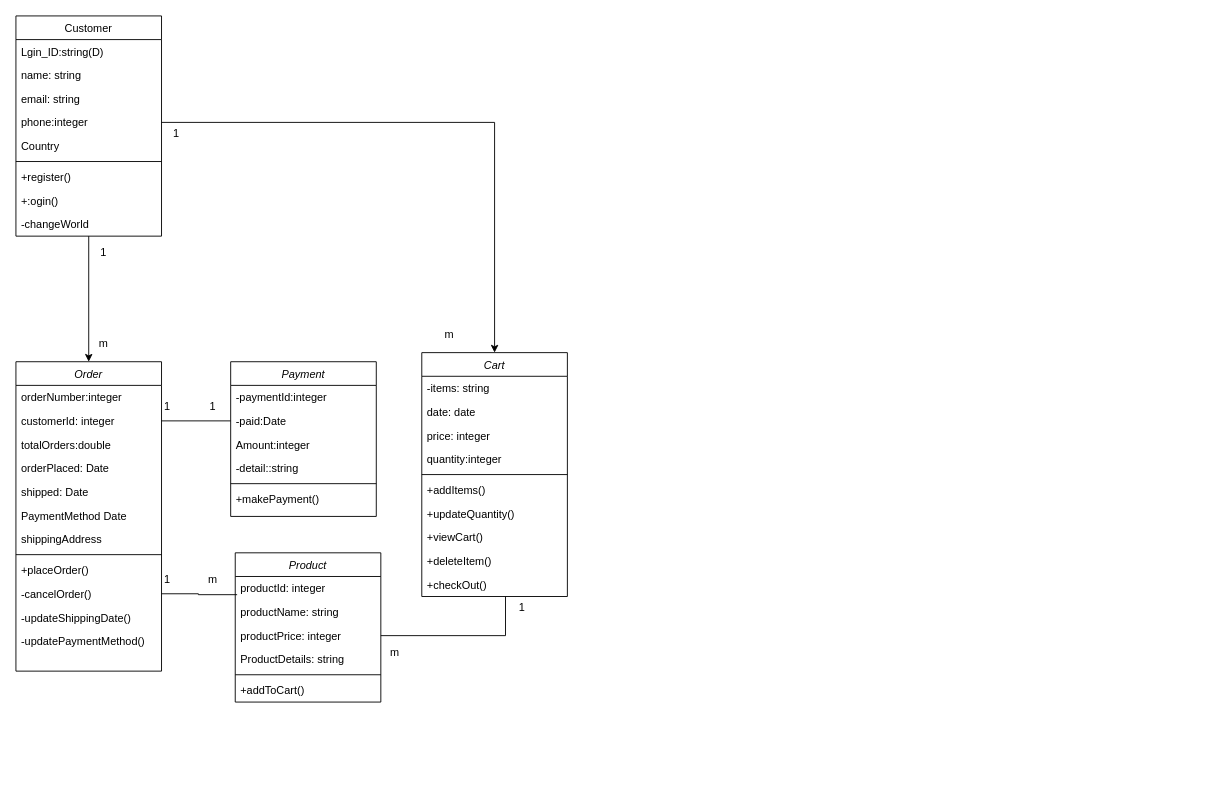
HaseebSheikh417/FYP-Chatbot keeps this draw.io diagram as Class Diagram.drawio. Above is the earlier version. Source tidied: cells renumbered, new cells numbered last; positions are measured from the earlier drawing's top-left corner, leaving out a move shared by most shapes. Both pictures are drawn from the tidied source at 91%, with x=0, y=0 at pixel (15, 15).
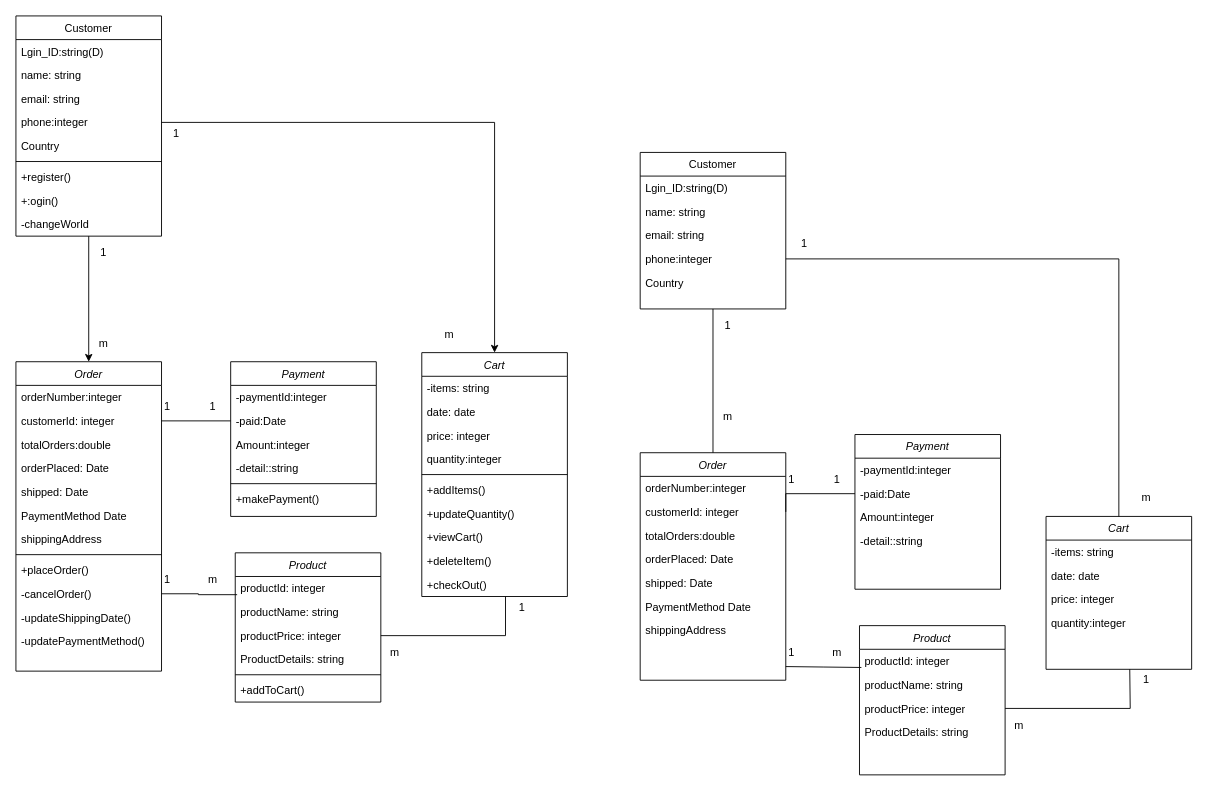
After the change.

Change to the diagram source:
```diff
@@
+    <mxCell id="65" value="Order" style="swimlane;fontStyle=2;align=center;verticalAlign=top;horizontal=1;startSize=26;rounded=0;shadow=0;strokeWidth=1;" parent="1" vertex="1">
+      <mxGeometry x="686" y="480" width="160" height="250" as="geometry" />
+    </mxCell>
+    <mxCell id="66" value="orderNumber:integer" style="text;align=left;verticalAlign=top;spacingLeft=4;spacingRight=4;overflow=hidden;" parent="65" vertex="1">
+      <mxGeometry y="26" width="160" height="26" as="geometry" />
+    </mxCell>
+    <mxCell id="67" value="customerId: integer" style="text;align=left;verticalAlign=top;spacingLeft=4;spacingRight=4;overflow=hidden;points=[[0,0.5],[1,0.5]];portConstraint=eastwest;rounded=0;shadow=0;html=0;" parent="65" vertex="1">
+      <mxGeometry y="52" width="160" height="26" as="geometry" />
+    </mxCell>
+    <mxCell id="68" value="totalOrders:double&#10;" style="text;align=left;verticalAlign=top;spacingLeft=4;spacingRight=4;overflow=hidden;rounded=0;shadow=0;html=0;" parent="65" vertex="1">
+      <mxGeometry y="78" width="160" height="26" as="geometry" />
+    </mxCell>
+    <mxCell id="69" value="orderPlaced: Date" style="text;align=left;verticalAlign=top;spacingLeft=4;spacingRight=4;overflow=hidden;rounded=0;shadow=0;html=0;" parent="65" vertex="1">
+      <mxGeometry y="104" width="160" height="26" as="geometry" />
+    </mxCell>
+    <mxCell id="70" value="shipped: Date" style="text;align=left;verticalAlign=top;spacingLeft=4;spacingRight=4;overflow=hidden;rounded=0;shadow=0;html=0;" parent="65" vertex="1">
+      <mxGeometry y="130" width="160" height="26" as="geometry" />
+    </mxCell>
+    <mxCell id="71" value="PaymentMethod Date" style="text;align=left;verticalAlign=top;spacingLeft=4;spacingRight=4;overflow=hidden;rounded=0;shadow=0;html=0;" parent="65" vertex="1">
+      <mxGeometry y="156" width="160" height="26" as="geometry" />
+    </mxCell>
+    <mxCell id="72" value="shippingAddress" style="text;align=left;verticalAlign=top;spacingLeft=4;spacingRight=4;overflow=hidden;rounded=0;shadow=0;html=0;" parent="65" vertex="1">
+      <mxGeometry y="182" width="160" height="26" as="geometry" />
+    </mxCell>
+    <mxCell id="73" value="Payment" style="swimlane;fontStyle=2;align=center;verticalAlign=top;horizontal=1;startSize=26;rounded=0;shadow=0;strokeWidth=1;" parent="1" vertex="1">
+      <mxGeometry x="922" y="460" width="160" height="170" as="geometry" />
+    </mxCell>
+    <mxCell id="74" value="-paymentId:integer" style="text;align=left;verticalAlign=top;spacingLeft=4;spacingRight=4;overflow=hidden;" parent="73" vertex="1">
+      <mxGeometry y="26" width="160" height="26" as="geometry" />
+    </mxCell>
+    <mxCell id="75" value="-paid:Date" style="text;align=left;verticalAlign=top;spacingLeft=4;spacingRight=4;overflow=hidden;points=[[0,0.5],[1,0.5]];portConstraint=eastwest;rounded=0;shadow=0;html=0;" parent="73" vertex="1">
+      <mxGeometry y="52" width="160" height="26" as="geometry" />
+    </mxCell>
+    <mxCell id="76" value="Amount:integer" style="text;align=left;verticalAlign=top;spacingLeft=4;spacingRight=4;overflow=hidden;rounded=0;shadow=0;html=0;" parent="73" vertex="1">
+      <mxGeometry y="78" width="160" height="26" as="geometry" />
+    </mxCell>
+    <mxCell id="77" value="-detail::string" style="text;align=left;verticalAlign=top;spacingLeft=4;spacingRight=4;overflow=hidden;" parent="73" vertex="1">
+      <mxGeometry y="104" width="160" height="26" as="geometry" />
+    </mxCell>
+    <mxCell id="78" value="Cart" style="swimlane;fontStyle=2;align=center;verticalAlign=top;horizontal=1;startSize=26;rounded=0;shadow=0;strokeWidth=1;" parent="1" vertex="1">
+      <mxGeometry x="1132" y="550" width="160" height="168" as="geometry" />
+    </mxCell>
+    <mxCell id="79" value="-items: string" style="text;align=left;verticalAlign=top;spacingLeft=4;spacingRight=4;overflow=hidden;" parent="78" vertex="1">
+      <mxGeometry y="26" width="160" height="26" as="geometry" />
+    </mxCell>
+    <mxCell id="80" value="date: date" style="text;align=left;verticalAlign=top;spacingLeft=4;spacingRight=4;overflow=hidden;rounded=0;shadow=0;html=0;" parent="78" vertex="1">
+      <mxGeometry y="52" width="160" height="26" as="geometry" />
+    </mxCell>
+    <mxCell id="81" value="price: integer" style="text;align=left;verticalAlign=top;spacingLeft=4;spacingRight=4;overflow=hidden;rounded=0;shadow=0;html=0;" parent="78" vertex="1">
+      <mxGeometry y="78" width="160" height="26" as="geometry" />
+    </mxCell>
+    <mxCell id="82" value="quantity:integer" style="text;align=left;verticalAlign=top;spacingLeft=4;spacingRight=4;overflow=hidden;rounded=0;shadow=0;html=0;" parent="78" vertex="1">
+      <mxGeometry y="104" width="160" height="26" as="geometry" />
+    </mxCell>
+    <mxCell id="83" style="edgeStyle=orthogonalEdgeStyle;rounded=0;jettySize=auto;html=1;endArrow=none;endFill=0;" parent="1" edge="1" source="84" target="65">
+      <mxGeometry relative="1" as="geometry" />
+    </mxCell>
+    <mxCell id="84" value="Customer" style="swimlane;fontStyle=0;align=center;verticalAlign=top;horizontal=1;startSize=26;rounded=0;shadow=0;strokeWidth=1;" parent="1" vertex="1">
+      <mxGeometry x="686" y="150" width="160" height="172" as="geometry" />
+    </mxCell>
+    <mxCell id="85" value="Lgin_ID:string(D)" style="text;align=left;verticalAlign=top;spacingLeft=4;spacingRight=4;overflow=hidden;rounded=0;shadow=0;html=0;" parent="84" vertex="1">
+      <mxGeometry y="26" width="160" height="26" as="geometry" />
+    </mxCell>
+    <mxCell id="86" value="name: string" style="text;align=left;verticalAlign=top;spacingLeft=4;spacingRight=4;overflow=hidden;" parent="84" vertex="1">
+      <mxGeometry y="52" width="160" height="26" as="geometry" />
+    </mxCell>
+    <mxCell id="87" value="email: string" style="text;align=left;verticalAlign=top;spacingLeft=4;spacingRight=4;overflow=hidden;rounded=0;shadow=0;html=0;" parent="84" vertex="1">
+      <mxGeometry y="78" width="160" height="26" as="geometry" />
+    </mxCell>
+    <mxCell id="88" value="phone:integer" style="text;align=left;verticalAlign=top;spacingLeft=4;spacingRight=4;overflow=hidden;points=[[0,0.5],[1,0.5]];portConstraint=eastwest;rounded=0;shadow=0;html=0;" parent="84" vertex="1">
+      <mxGeometry y="104" width="160" height="26" as="geometry" />
+    </mxCell>
+    <mxCell id="89" value="Country" style="text;align=left;verticalAlign=top;spacingLeft=4;spacingRight=4;overflow=hidden;rounded=0;shadow=0;html=0;" parent="84" vertex="1">
+      <mxGeometry y="130" width="160" height="26" as="geometry" />
+    </mxCell>
+    <mxCell id="90" value="1" style="text;html=1;align=center;verticalAlign=middle;strokeColor=none;" parent="1" vertex="1">
+      <mxGeometry x="772" y="330" width="20" height="20" as="geometry" />
+    </mxCell>
+    <mxCell id="91" value="m" style="text;html=1;align=center;verticalAlign=middle;strokeColor=none;" parent="1" vertex="1">
+      <mxGeometry x="767" y="430" width="30" height="20" as="geometry" />
+    </mxCell>
+    <mxCell id="92" style="edgeStyle=orthogonalEdgeStyle;rounded=0;jettySize=auto;html=1;entryX=0.5;entryY=0;entryDx=0;entryDy=0;endArrow=none;endFill=0;" parent="1" edge="1" source="88" target="78">
+      <mxGeometry relative="1" as="geometry" />
+    </mxCell>
+    <mxCell id="93" value="1" style="text;html=1;align=center;verticalAlign=middle;strokeColor=none;" parent="1" vertex="1">
+      <mxGeometry x="856" y="240" width="20" height="20" as="geometry" />
+    </mxCell>
+    <mxCell id="94" value="m" style="text;html=1;align=center;verticalAlign=middle;strokeColor=none;" parent="1" vertex="1">
+      <mxGeometry x="1227" y="520" width="30" height="20" as="geometry" />
+    </mxCell>
+    <mxCell id="95" style="edgeStyle=orthogonalEdgeStyle;rounded=0;jettySize=auto;html=1;exitX=1;exitY=0.5;exitDx=0;exitDy=0;entryX=0;entryY=0.5;entryDx=0;entryDy=0;endArrow=none;endFill=0;" parent="1" edge="1" source="67" target="75">
+      <mxGeometry relative="1" as="geometry">
+        <Array as="points">
+          <mxPoint x="846" y="525" />
+        </Array>
+      </mxGeometry>
+    </mxCell>
+    <mxCell id="96" value="1" style="text;html=1;align=center;verticalAlign=middle;strokeColor=none;" parent="1" vertex="1">
+      <mxGeometry x="842" y="500" width="20" height="20" as="geometry" />
+    </mxCell>
+    <mxCell id="97" value="1&lt;br&gt;" style="text;html=1;align=center;verticalAlign=middle;strokeColor=none;" parent="1" vertex="1">
+      <mxGeometry x="892" y="500" width="20" height="20" as="geometry" />
+    </mxCell>
+    <mxCell id="98" value="Product" style="swimlane;fontStyle=2;align=center;verticalAlign=top;horizontal=1;startSize=26;rounded=0;shadow=0;strokeWidth=1;" parent="1" vertex="1">
+      <mxGeometry x="927" y="670" width="160" height="164" as="geometry" />
+    </mxCell>
+    <mxCell id="99" value="productId: integer" style="text;align=left;verticalAlign=top;spacingLeft=4;spacingRight=4;overflow=hidden;points=[[0,0.5],[1,0.5]];portConstraint=eastwest;" parent="98" vertex="1">
+      <mxGeometry y="26" width="160" height="26" as="geometry" />
+    </mxCell>
+    <mxCell id="100" value="productName: string" style="text;align=left;verticalAlign=top;spacingLeft=4;spacingRight=4;overflow=hidden;rounded=0;shadow=0;html=0;" parent="98" vertex="1">
+      <mxGeometry y="52" width="160" height="26" as="geometry" />
+    </mxCell>
+    <mxCell id="101" value="productPrice: integer" style="text;align=left;verticalAlign=top;spacingLeft=4;spacingRight=4;overflow=hidden;points=[[0,0.5],[1,0.5]];portConstraint=eastwest;rounded=0;shadow=0;html=0;" parent="98" vertex="1">
+      <mxGeometry y="78" width="160" height="26" as="geometry" />
+    </mxCell>
+    <mxCell id="102" value="ProductDetails: string" style="text;align=left;verticalAlign=top;spacingLeft=4;spacingRight=4;overflow=hidden;rounded=0;shadow=0;html=0;" parent="98" vertex="1">
+      <mxGeometry y="104" width="160" height="26" as="geometry" />
+    </mxCell>
+    <mxCell id="103" style="edgeStyle=orthogonalEdgeStyle;rounded=0;jettySize=auto;html=1;exitX=1;exitY=0.5;exitDx=0;exitDy=0;entryX=0.013;entryY=0.769;entryDx=0;entryDy=0;entryPerimeter=0;endArrow=none;endFill=0;" parent="1" edge="1" target="99">
+      <mxGeometry relative="1" as="geometry">
+        <mxPoint x="846" y="715" as="sourcePoint" />
+      </mxGeometry>
+    </mxCell>
+    <mxCell id="104" value="1" style="text;html=1;align=center;verticalAlign=middle;strokeColor=none;" parent="1" vertex="1">
+      <mxGeometry x="842" y="690" width="20" height="20" as="geometry" />
+    </mxCell>
+    <mxCell id="105" value="m" style="text;html=1;align=center;verticalAlign=middle;strokeColor=none;" parent="1" vertex="1">
+      <mxGeometry x="887" y="690" width="30" height="20" as="geometry" />
+    </mxCell>
+    <mxCell id="106" style="edgeStyle=orthogonalEdgeStyle;rounded=0;jettySize=auto;html=1;entryX=0.575;entryY=1;entryDx=0;entryDy=0;entryPerimeter=0;endArrow=none;endFill=0;" parent="1" edge="1" source="101">
+      <mxGeometry relative="1" as="geometry">
+        <mxPoint x="1224" y="718" as="targetPoint" />
+      </mxGeometry>
+    </mxCell>
+    <mxCell id="107" value="m" style="text;html=1;align=center;verticalAlign=middle;strokeColor=none;" parent="1" vertex="1">
+      <mxGeometry x="1087" y="770" width="30" height="20" as="geometry" />
+    </mxCell>
+    <mxCell id="108" value="1" style="text;html=1;align=center;verticalAlign=middle;strokeColor=none;" parent="1" vertex="1">
+      <mxGeometry x="1232" y="720" width="20" height="20" as="geometry" />
+    </mxCell>
```
